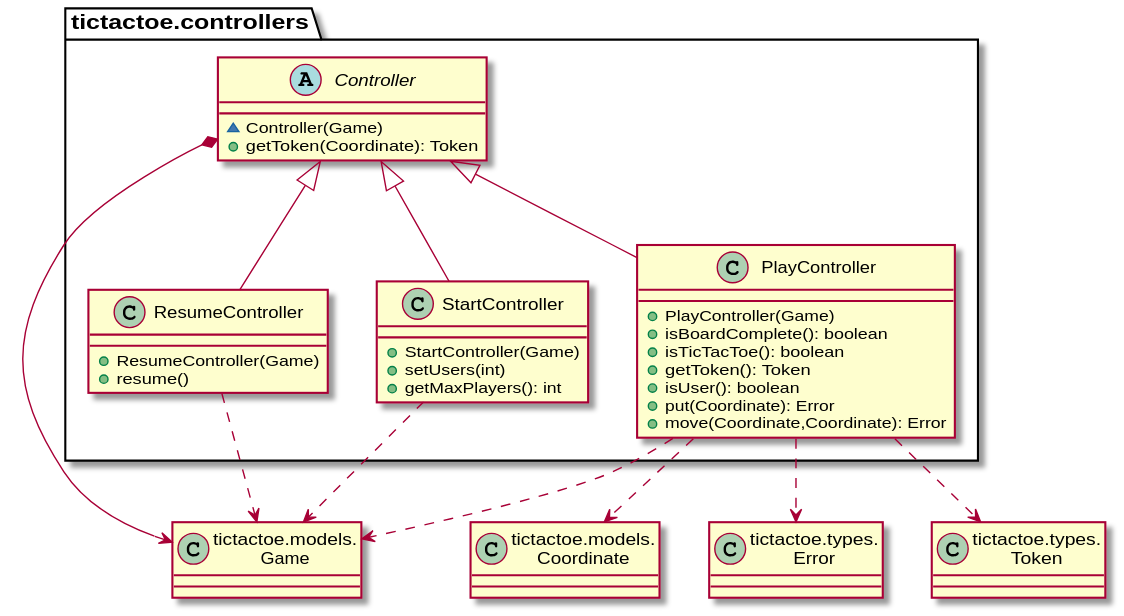
The PlantUML diagram modelViewPresenter/presentationModel/basic/docs/diagrams/out/paquetes/paqueteTicTacToeControllers.svg in Jolucaa/USantaTecla-project-ticTacToe, before a commit.
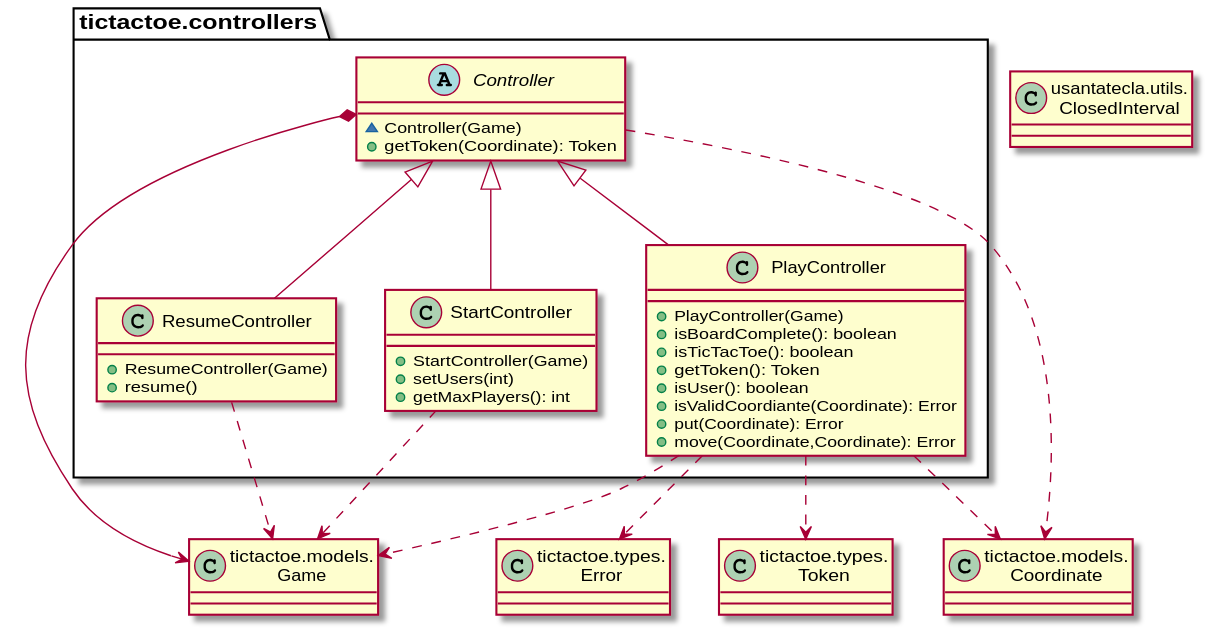
The same file after the commit.

Diff of the diagram source:
```diff
@@ -1,23 +1,26 @@
 @startuml
-class Game as "tictactoe.models.\nGame" {}
-class Coordinate as "tictactoe.models.\nCoordinate" {}
-class Error as "tictactoe.types.\nError" {}
-class Token as "tictactoe.types.\nToken" {}
+class Game as "tictactoe.models.\nGame"
+class Coordinate as "tictactoe.models.\nCoordinate"
+class Error as "tictactoe.types.\nError"
+class Token as "tictactoe.types.\nToken"
+class ClosedInterval as "usantatecla.utils.\nClosedInterval"
 
 abstract class  tictactoe.controllers.Controller{
-~ Controller(Game)
-+ getToken(Coordinate): Token
+  ~ Controller(Game)
+  + getToken(Coordinate): Token
 }
 tictactoe.controllers.Controller *-down-> Game
+tictactoe.controllers.Controller .down.> Coordinate
 
 class  tictactoe.controllers.PlayController{
-+ PlayController(Game)
-+ isBoardComplete(): boolean
-+ isTicTacToe(): boolean
-+ getToken(): Token
-+ isUser(): boolean
-+ put(Coordinate): Error
-+ move(Coordinate,Coordinate): Error
+  + PlayController(Game)
+  + isBoardComplete(): boolean
+  + isTicTacToe(): boolean
+  + getToken(): Token
+  + isUser(): boolean
+  + isValidCoordiante(Coordinate): Error
+  + put(Coordinate): Error
+  + move(Coordinate,Coordinate): Error
 }
 tictactoe.controllers.Controller <|-down- tictactoe.controllers.PlayController
 tictactoe.controllers.PlayController .down.> Coordinate
@@ -26,16 +29,16 @@
 tictactoe.controllers.PlayController .down.> Token
 
 class  tictactoe.controllers.ResumeController{
-+ ResumeController(Game)
-+ resume()
+  + ResumeController(Game)
+  + resume()
 }
 tictactoe.controllers.Controller <|-down- tictactoe.controllers.ResumeController
 tictactoe.controllers.ResumeController .down.> Game
 
 class  tictactoe.controllers.StartController{
-+ StartController(Game)
-+ setUsers(int)
-+ getMaxPlayers(): int
+  + StartController(Game)
+  + setUsers(int)
+  + getMaxPlayers(): int
 }
 tictactoe.controllers.Controller <|-down- tictactoe.controllers.StartController
 tictactoe.controllers.StartController .down.> Game
```
